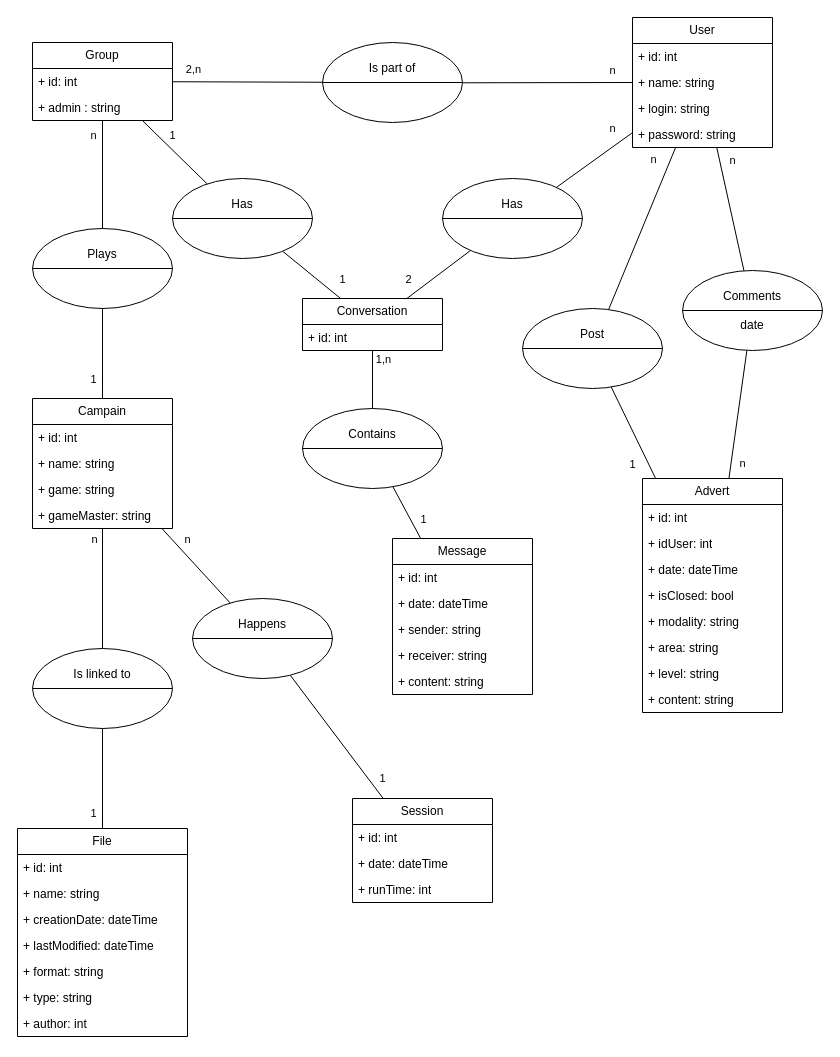
Before: page "MCD" (1 of 4) of Documentation/Diagrames.drawio in ThreeLeggedDuckling/I3WAD_SymfonyProject, a draw.io diagram. Source tidied: cells renumbered, new cells numbered last; positions are measured from the earlier drawing's top-left corner, leaving out a move shared by most shapes. Both pictures are drawn from the tidied source at 100%, with x=0, y=0 at pixel (17, 17).
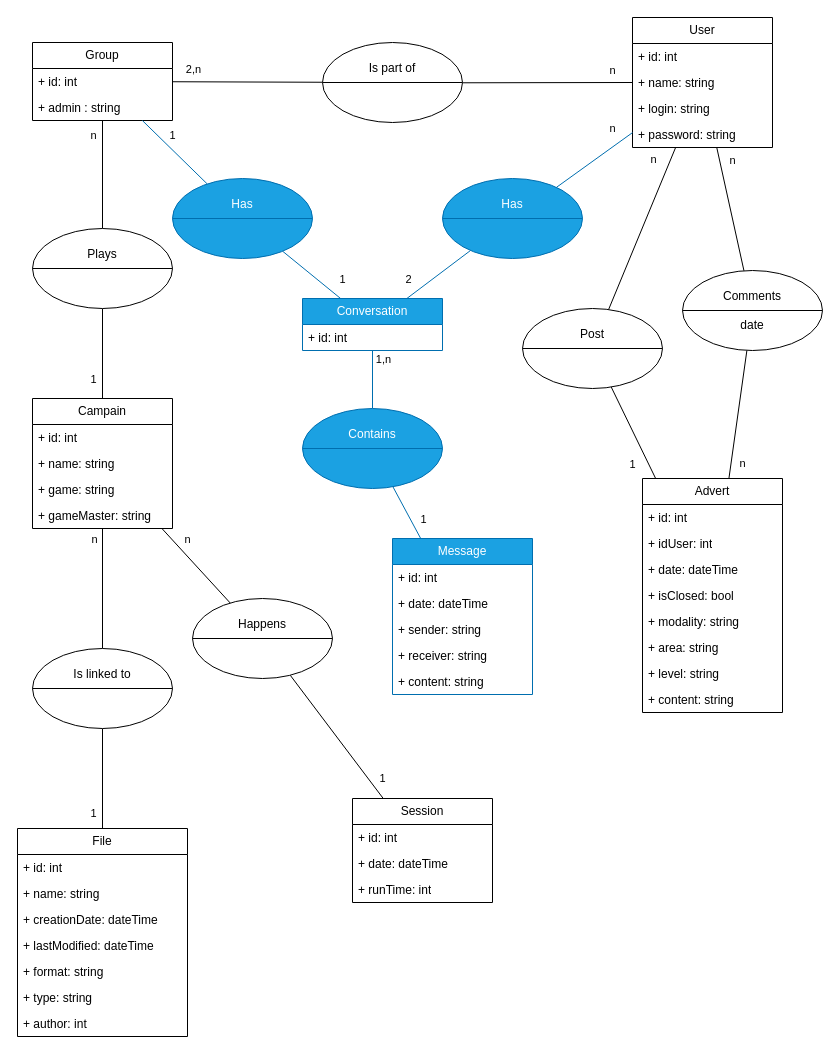
After the change.

The change refers to these unchanged cells:
```xml
<mxCell id="2" value="User" style="swimlane;fontStyle=0;horizontal=1;startSize=26;fillColor=none;whiteSpace=wrap;html=1;" parent="1" vertex="1">
  <mxGeometry x="615" width="140" height="130" as="geometry" />
</mxCell>
<mxCell id="7" value="Group" style="swimlane;fontStyle=0;horizontal=1;startSize=26;fillColor=none;whiteSpace=wrap;html=1;" parent="1" vertex="1">
  <mxGeometry x="15" y="25" width="140" height="78" as="geometry" />
</mxCell>
```

The edit, as a diff of the source:
```diff
@@
-    <mxCell id="19" value="Conversation" style="swimlane;fontStyle=0;horizontal=1;startSize=26;fillColor=none;whiteSpace=wrap;html=1;" parent="1" vertex="1">
+    <mxCell id="19" value="Conversation" style="swimlane;fontStyle=0;horizontal=1;startSize=26;fillColor=#1ba1e2;whiteSpace=wrap;html=1;fontColor=#ffffff;strokeColor=#006EAF;" parent="1" vertex="1">
       <mxGeometry x="285" y="281" width="140" height="52" as="geometry" />
     </mxCell>
@@
-    <mxCell id="21" value="Message" style="swimlane;fontStyle=0;horizontal=1;startSize=26;fillColor=none;whiteSpace=wrap;html=1;" parent="1" vertex="1">
+    <mxCell id="21" value="Message" style="swimlane;fontStyle=0;horizontal=1;startSize=26;fillColor=#1ba1e2;whiteSpace=wrap;html=1;fontColor=#ffffff;strokeColor=#006EAF;" parent="1" vertex="1">
       <mxGeometry x="375" y="521" width="140" height="156" as="geometry" />
     </mxCell>
@@
-    <mxCell id="46" style="endArrow=none;html=1;rounded=0;" parent="1" edge="1" source="81" target="7">
+    <mxCell id="46" style="endArrow=none;html=1;rounded=0;fillColor=#1ba1e2;strokeColor=#006EAF;" parent="1" edge="1" source="81" target="7">
       <mxGeometry relative="1" as="geometry" />
     </mxCell>
@@
-    <mxCell id="48" style="endArrow=none;html=1;rounded=0;" parent="1" edge="1" source="82" target="2">
+    <mxCell id="48" style="endArrow=none;html=1;rounded=0;fillColor=#1ba1e2;strokeColor=#006EAF;" parent="1" edge="1" source="82" target="2">
       <mxGeometry relative="1" as="geometry" />
     </mxCell>
@@
-    <mxCell id="50" style="endArrow=none;html=1;rounded=0;" parent="1" edge="1" source="84" target="19">
+    <mxCell id="50" style="endArrow=none;html=1;rounded=0;fillColor=#1ba1e2;strokeColor=#006EAF;" parent="1" edge="1" source="84" target="19">
       <mxGeometry relative="1" as="geometry" />
     </mxCell>
@@
-    <mxCell id="58" style="endArrow=none;html=1;rounded=0;" parent="1" edge="1" source="19" target="81">
+    <mxCell id="58" style="endArrow=none;html=1;rounded=0;fillColor=#1ba1e2;strokeColor=#006EAF;" parent="1" edge="1" source="19" target="81">
       <mxGeometry relative="1" as="geometry" />
     </mxCell>
@@
-    <mxCell id="60" style="endArrow=none;html=1;rounded=0;" parent="1" edge="1" source="82" target="19">
+    <mxCell id="60" style="endArrow=none;html=1;rounded=0;fillColor=#1ba1e2;strokeColor=#006EAF;" parent="1" edge="1" source="82" target="19">
       <mxGeometry relative="1" as="geometry" />
     </mxCell>
@@
-    <mxCell id="62" style="endArrow=none;html=1;rounded=0;" parent="1" edge="1" source="84" target="21">
+    <mxCell id="62" style="endArrow=none;html=1;rounded=0;fillColor=#1ba1e2;strokeColor=#006EAF;" parent="1" edge="1" source="84" target="21">
       <mxGeometry relative="1" as="geometry" />
     </mxCell>
@@
-    <mxCell id="81" value="&lt;div&gt;Has&lt;/div&gt;&lt;div&gt;&lt;br&gt;&lt;/div&gt;&lt;div&gt;&lt;br&gt;&lt;/div&gt;" style="shape=lineEllipse;perimeter=ellipsePerimeter;whiteSpace=wrap;html=1;backgroundOutline=1;" parent="1" vertex="1">
+    <mxCell id="81" value="&lt;div&gt;Has&lt;/div&gt;&lt;div&gt;&lt;br&gt;&lt;/div&gt;&lt;div&gt;&lt;br&gt;&lt;/div&gt;" style="shape=lineEllipse;perimeter=ellipsePerimeter;whiteSpace=wrap;html=1;backgroundOutline=1;fillColor=#1ba1e2;fontColor=#ffffff;strokeColor=#006EAF;" parent="1" vertex="1">
       <mxGeometry x="155" y="161" width="140" height="80" as="geometry" />
     </mxCell>
-    <mxCell id="82" value="&lt;div&gt;Has&lt;/div&gt;&lt;div&gt;&lt;br&gt;&lt;/div&gt;&lt;div&gt;&lt;br&gt;&lt;/div&gt;" style="shape=lineEllipse;perimeter=ellipsePerimeter;whiteSpace=wrap;html=1;backgroundOutline=1;" parent="1" vertex="1">
+    <mxCell id="82" value="&lt;div&gt;Has&lt;/div&gt;&lt;div&gt;&lt;br&gt;&lt;/div&gt;&lt;div&gt;&lt;br&gt;&lt;/div&gt;" style="shape=lineEllipse;perimeter=ellipsePerimeter;whiteSpace=wrap;html=1;backgroundOutline=1;fillColor=#1ba1e2;fontColor=#ffffff;strokeColor=#006EAF;" parent="1" vertex="1">
       <mxGeometry x="425" y="161" width="140" height="80" as="geometry" />
     </mxCell>
@@
-    <mxCell id="84" value="&lt;div&gt;Contains&lt;/div&gt;&lt;div&gt;&lt;br&gt;&lt;/div&gt;&lt;div&gt;&lt;br&gt;&lt;/div&gt;" style="shape=lineEllipse;perimeter=ellipsePerimeter;whiteSpace=wrap;html=1;backgroundOutline=1;" parent="1" vertex="1">
+    <mxCell id="84" value="&lt;div&gt;Contains&lt;/div&gt;&lt;div&gt;&lt;br&gt;&lt;/div&gt;&lt;div&gt;&lt;br&gt;&lt;/div&gt;" style="shape=lineEllipse;perimeter=ellipsePerimeter;whiteSpace=wrap;html=1;backgroundOutline=1;fillColor=#1ba1e2;fontColor=#ffffff;strokeColor=#006EAF;" parent="1" vertex="1">
       <mxGeometry x="285" y="391" width="140" height="80" as="geometry" />
     </mxCell>
```
